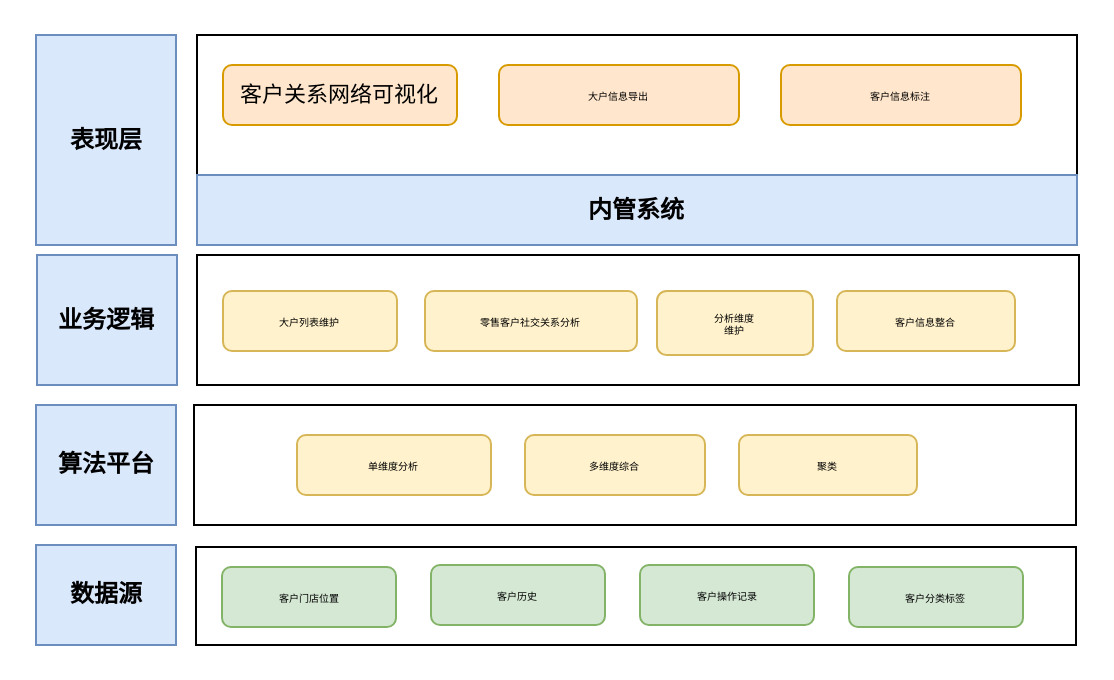
Before: Client_network.drawio in 1009351456/Anonymous, a draw.io diagram. Source tidied: cells renumbered, new cells numbered last; positions are measured from the earlier drawing's top-left corner, leaving out a move shared by most shapes. Both pictures are drawn from the tidied source at 200%, with x=0, y=0 at pixel (36, 34).
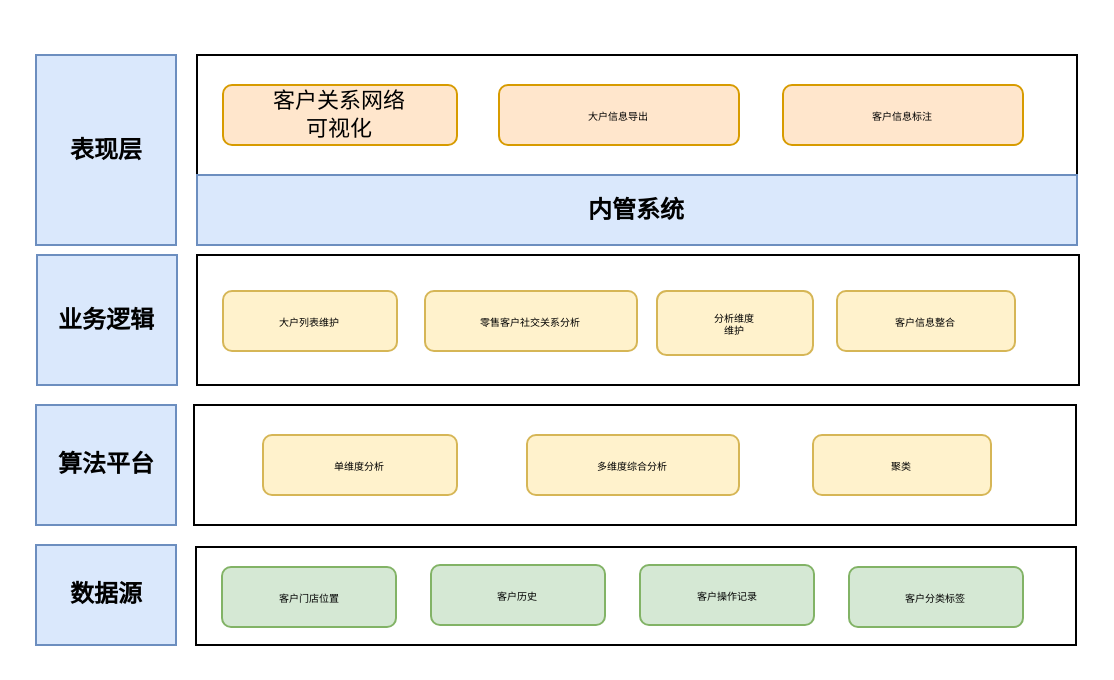
Above is the later version.

Change to the diagram source:
```diff
@@
     <mxCell id="3" style="rounded=0;whiteSpace=wrap;html=1;fontSize=9;" parent="1" vertex="1">
-      <mxGeometry x="80" width="440" height="70" as="geometry" />
+      <mxGeometry x="80" y="10" width="440" height="60" as="geometry" />
     </mxCell>
     <mxCell id="4" value="表现层" style="rounded=0;whiteSpace=wrap;html=1;fillColor=#dae8fc;strokeColor=#6c8ebf;fontStyle=1;" parent="1" vertex="1">
-      <mxGeometry x="-0.5" width="70" height="105" as="geometry" />
+      <mxGeometry x="-0.5" y="10" width="70" height="95" as="geometry" />
     </mxCell>
@@
     <mxCell id="6" value="大户信息导出" style="rounded=1;whiteSpace=wrap;html=1;fillColor=#ffe6cc;strokeColor=#d79b00;fontSize=5;" parent="1" vertex="1">
-      <mxGeometry x="231" y="15" width="120" height="30" as="geometry" />
+      <mxGeometry x="231" y="25" width="120" height="30" as="geometry" />
     </mxCell>
-    <mxCell id="7" value="&lt;span style=&quot;font-size: 11px&quot;&gt;客户关系网络可视化&lt;br&gt;&lt;/span&gt;" style="rounded=1;whiteSpace=wrap;html=1;fillColor=#ffe6cc;strokeColor=#d79b00;fontSize=5;" parent="1" vertex="1">
-      <mxGeometry x="93" y="15" width="117" height="30" as="geometry" />
+    <mxCell id="7" value="&lt;span style=&quot;font-size: 11px&quot;&gt;客户关系网络&lt;br&gt;可视化&lt;br&gt;&lt;/span&gt;" style="rounded=1;whiteSpace=wrap;html=1;fillColor=#ffe6cc;strokeColor=#d79b00;fontSize=5;" parent="1" vertex="1">
+      <mxGeometry x="93" y="25" width="117" height="30" as="geometry" />
     </mxCell>
     <mxCell id="8" value="客户信息标注" style="rounded=1;whiteSpace=wrap;html=1;fillColor=#ffe6cc;strokeColor=#d79b00;fontSize=5;" parent="1" vertex="1">
-      <mxGeometry x="372" y="15" width="120" height="30" as="geometry" />
+      <mxGeometry x="373" y="25" width="120" height="30" as="geometry" />
     </mxCell>
@@
     <mxCell id="11" value="单维度分析" style="rounded=1;whiteSpace=wrap;html=1;fillColor=#fff2cc;strokeColor=#d6b656;fontSize=5;" parent="1" vertex="1">
-      <mxGeometry x="130" y="200" width="97" height="30" as="geometry" />
+      <mxGeometry x="113" y="200" width="97" height="30" as="geometry" />
     </mxCell>
     <mxCell id="12" value="聚类" style="rounded=1;whiteSpace=wrap;html=1;fillColor=#fff2cc;strokeColor=#d6b656;fontSize=5;" parent="1" vertex="1">
-      <mxGeometry x="351" y="200" width="89" height="30" as="geometry" />
+      <mxGeometry x="388" y="200" width="89" height="30" as="geometry" />
     </mxCell>
-    <mxCell id="13" value="多维度综合" style="rounded=1;whiteSpace=wrap;html=1;fillColor=#fff2cc;strokeColor=#d6b656;fontSize=5;" parent="1" vertex="1">
-      <mxGeometry x="244" y="200" width="90" height="30" as="geometry" />
+    <mxCell id="13" value="多维度综合分析" style="rounded=1;whiteSpace=wrap;html=1;fillColor=#fff2cc;strokeColor=#d6b656;fontSize=5;" parent="1" vertex="1">
+      <mxGeometry x="245" y="200" width="106" height="30" as="geometry" />
     </mxCell>
```
